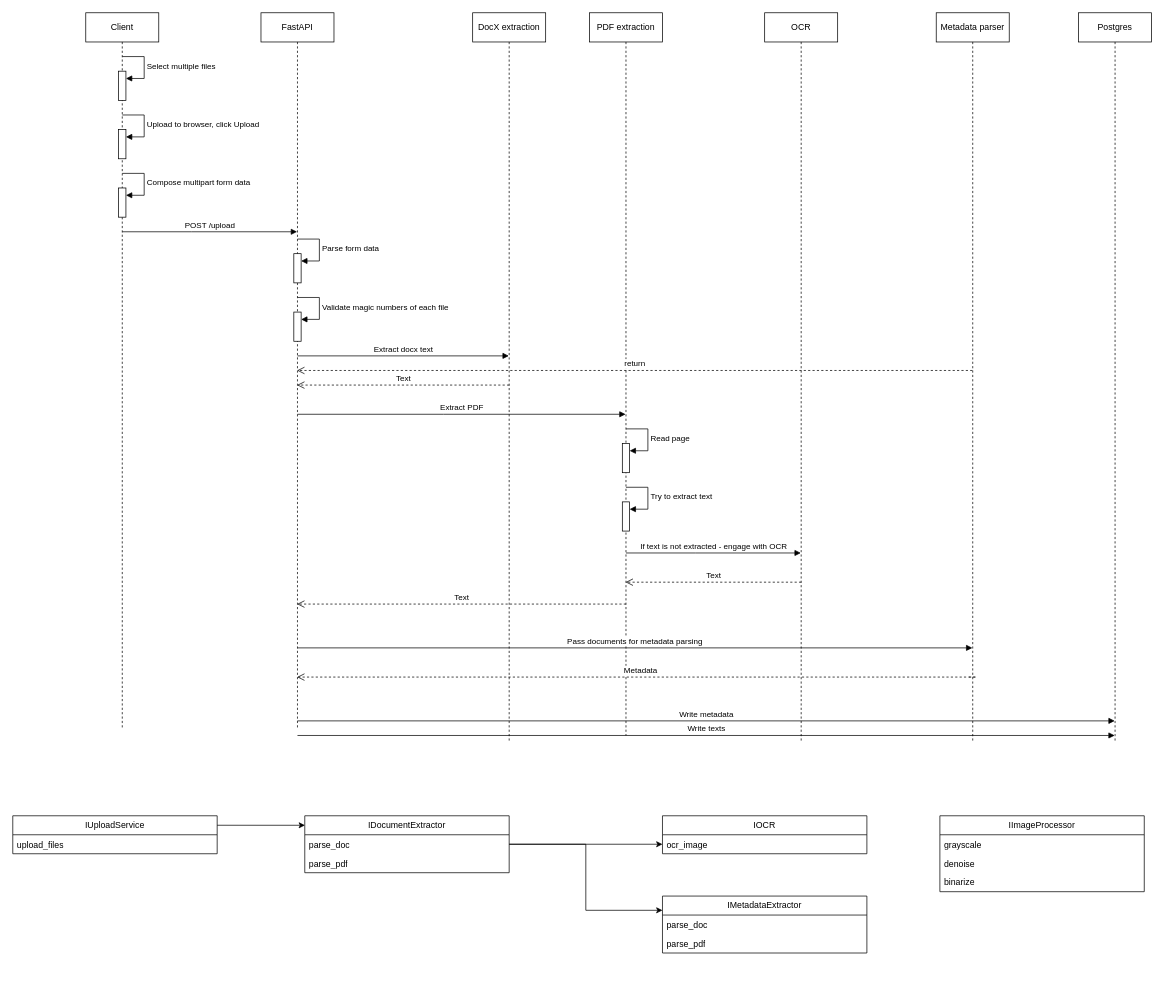
The draw.io diagram Design.drawio in EeeasyBreezy/qanooni, before the edit. Source tidied: cells renumbered, new cells numbered last; positions are measured from the earlier drawing's top-left corner, leaving out a move shared by most shapes. Both pictures are drawn from the tidied source at 73%, with x=0, y=0 at pixel (12, 12).
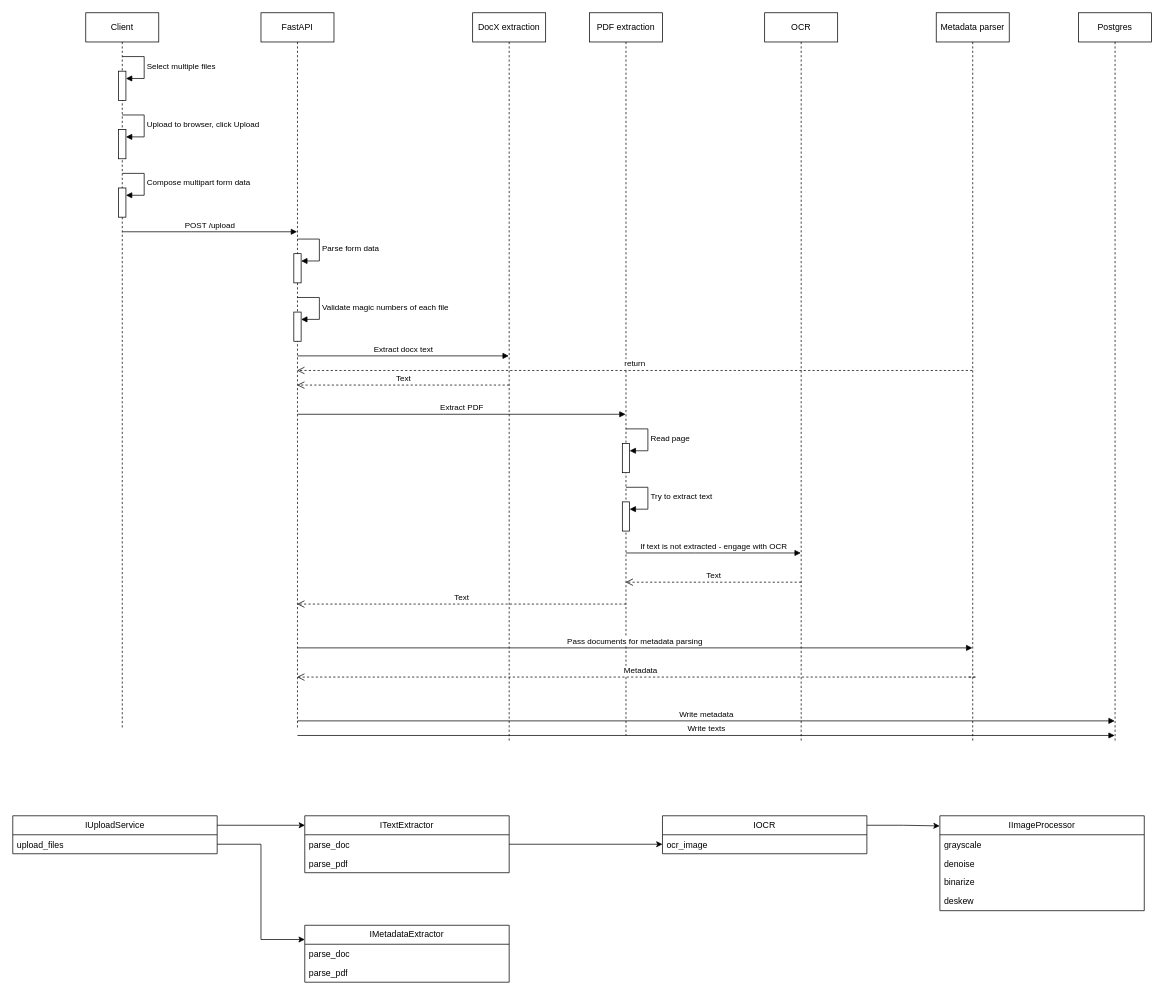
Above is the later version.

Unchanged cells that the change refers to:
```xml
<mxCell id="36" value="parse_doc" style="text;strokeColor=none;fillColor=none;align=left;verticalAlign=top;spacingLeft=4;spacingRight=4;overflow=hidden;points=[[0,0.5],[1,0.5]];portConstraint=eastwest;whiteSpace=wrap;html=1;" parent="35" vertex="1">
  <mxGeometry y="26" width="280" height="26" as="geometry" />
</mxCell>
<mxCell id="38" value="IOCR" style="swimlane;fontStyle=0;horizontal=1;startSize=26;fillColor=none;whiteSpace=wrap;html=1;" parent="1" vertex="1">
  <mxGeometry x="890" y="1100" width="280" height="52" as="geometry" />
</mxCell>
<mxCell id="43" value="upload_files" style="text;strokeColor=none;fillColor=none;align=left;verticalAlign=top;spacingLeft=4;spacingRight=4;overflow=hidden;points=[[0,0.5],[1,0.5]];portConstraint=eastwest;whiteSpace=wrap;html=1;" parent="42" vertex="1">
  <mxGeometry y="26" width="280" height="26" as="geometry" />
</mxCell>
```

What changed in the source:
```diff
@@
-    <mxCell id="35" value="IDocumentExtractor" style="swimlane;fontStyle=0;horizontal=1;startSize=26;fillColor=none;whiteSpace=wrap;html=1;" parent="1" vertex="1">
+    <mxCell id="35" value="ITextExtractor" style="swimlane;fontStyle=0;horizontal=1;startSize=26;fillColor=none;whiteSpace=wrap;html=1;" parent="1" vertex="1">
       <mxGeometry x="400" y="1100" width="280" height="78" as="geometry" />
     </mxCell>
@@
+    <mxCell id="52" style="edgeStyle=orthogonalEdgeStyle;rounded=0;jettySize=auto;html=1;exitX=1;exitY=0.25;exitDx=0;exitDy=0;entryX=-0.001;entryY=0.107;entryDx=0;entryDy=0;entryPerimeter=0;" parent="1" edge="1" source="38" target="48">
+      <mxGeometry relative="1" as="geometry" />
+    </mxCell>
@@
     <mxCell id="44" value="IMetadataExtractor" style="swimlane;fontStyle=0;horizontal=1;startSize=26;fillColor=none;whiteSpace=wrap;html=1;" parent="1" vertex="1">
-      <mxGeometry x="890" y="1210" width="280" height="78" as="geometry" />
+      <mxGeometry x="400" y="1250" width="280" height="78" as="geometry" />
     </mxCell>
@@
-    <mxCell id="47" style="edgeStyle=orthogonalEdgeStyle;rounded=0;jettySize=auto;html=1;exitX=1;exitY=0.5;exitDx=0;exitDy=0;entryX=0;entryY=0.25;entryDx=0;entryDy=0;" parent="1" edge="1" source="36" target="44">
-      <mxGeometry relative="1" as="geometry" />
-    </mxCell>
     <mxCell id="48" value="IImageProcessor" style="swimlane;fontStyle=0;horizontal=1;startSize=26;fillColor=none;whiteSpace=wrap;html=1;" parent="1" vertex="1">
-      <mxGeometry x="1270" y="1100" width="280" height="104" as="geometry" />
+      <mxGeometry x="1270" y="1100" width="280" height="130" as="geometry" />
     </mxCell>
@@
+    <mxCell id="53" value="binarize" style="text;strokeColor=none;fillColor=none;align=left;verticalAlign=top;spacingLeft=4;spacingRight=4;overflow=hidden;whiteSpace=wrap;html=1;" parent="48" vertex="1">
+      <mxGeometry y="78" width="280" height="26" as="geometry" />
+    </mxCell>
-    <mxCell id="51" value="binarize" style="text;strokeColor=none;fillColor=none;align=left;verticalAlign=top;spacingLeft=4;spacingRight=4;overflow=hidden;whiteSpace=wrap;html=1;" parent="48" vertex="1">
-      <mxGeometry y="78" width="280" height="26" as="geometry" />
+    <mxCell id="51" value="deskew" style="text;strokeColor=none;fillColor=none;align=left;verticalAlign=top;spacingLeft=4;spacingRight=4;overflow=hidden;whiteSpace=wrap;html=1;" parent="48" vertex="1">
+      <mxGeometry y="104" width="280" height="26" as="geometry" />
     </mxCell>
+    <mxCell id="54" style="edgeStyle=orthogonalEdgeStyle;rounded=0;jettySize=auto;html=1;exitX=1;exitY=0.5;exitDx=0;exitDy=0;entryX=0;entryY=0.25;entryDx=0;entryDy=0;" parent="1" edge="1" source="43" target="44">
+      <mxGeometry relative="1" as="geometry" />
+    </mxCell>
```
